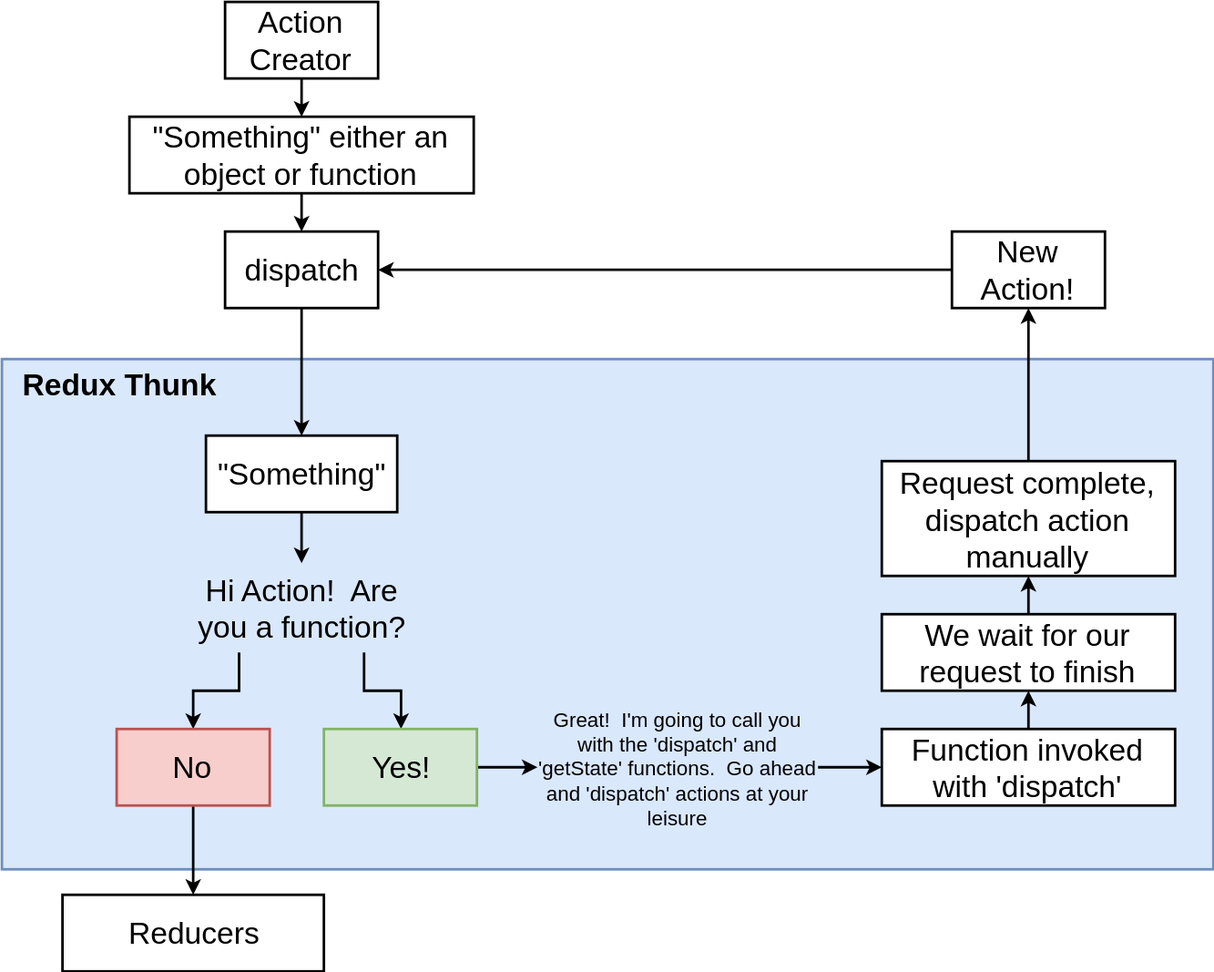
Earlier version of the draw.io export diagrams/redux-thunk-how-it-works.svg (serodriguez68/react-cheatsheet-udemy-2019). Source tidied: cells renumbered, new cells last; positions are measured from the earlier drawing's top-left corner, leaving out a move shared by most shapes. The source it was exported from:
```xml
<mxGraphModel>
  <root>
    <mxCell id="0" />
    <mxCell id="1" parent="0" />
    <mxCell id="2" style="rounded=0;whiteSpace=wrap;html=1;strokeWidth=2;fillColor=#dae8fc;fontSize=24;align=center;strokeColor=#6c8ebf;" parent="1" vertex="1">
      <mxGeometry y="280" width="950" height="400" as="geometry" />
    </mxCell>
    <mxCell id="3" style="edgeStyle=orthogonalEdgeStyle;rounded=0;html=1;exitX=0.5;exitY=1;jettySize=auto;strokeWidth=2;fontSize=24;" parent="1" edge="1" source="4" target="6">
      <mxGeometry relative="1" as="geometry" />
    </mxCell>
    <mxCell id="4" value="Action Creator" style="rounded=0;whiteSpace=wrap;html=1;strokeWidth=2;fillColor=#ffffff;fontSize=24;align=center;" parent="1" vertex="1">
      <mxGeometry x="175" width="120" height="60" as="geometry" />
    </mxCell>
    <mxCell id="5" style="edgeStyle=orthogonalEdgeStyle;rounded=0;html=1;exitX=0.5;exitY=1;jettySize=auto;strokeWidth=2;fontSize=24;" parent="1" edge="1" source="6" target="8">
      <mxGeometry relative="1" as="geometry" />
    </mxCell>
    <mxCell id="6" value="&quot;Something&quot; either an object or function" style="rounded=0;whiteSpace=wrap;html=1;strokeWidth=2;fillColor=#ffffff;fontSize=24;align=center;" parent="1" vertex="1">
      <mxGeometry x="100" y="90" width="270" height="60" as="geometry" />
    </mxCell>
    <mxCell id="7" style="edgeStyle=orthogonalEdgeStyle;rounded=0;html=1;exitX=0.5;exitY=1;jettySize=auto;strokeWidth=2;fontSize=24;" parent="1" edge="1" source="8" target="11">
      <mxGeometry relative="1" as="geometry" />
    </mxCell>
    <mxCell id="8" value="dispatch" style="rounded=0;whiteSpace=wrap;html=1;strokeWidth=2;fillColor=#ffffff;fontSize=24;align=center;" parent="1" vertex="1">
      <mxGeometry x="175" y="180" width="120" height="60" as="geometry" />
    </mxCell>
    <mxCell id="9" value="Redux Thunk" style="text;html=1;strokeColor=none;fillColor=none;align=center;verticalAlign=middle;whiteSpace=wrap;rounded=0;fontSize=24;fontStyle=1;" parent="1" vertex="1">
      <mxGeometry x="10" y="290" width="165" height="20" as="geometry" />
    </mxCell>
    <mxCell id="10" style="edgeStyle=orthogonalEdgeStyle;rounded=0;html=1;exitX=0.5;exitY=1;jettySize=auto;strokeWidth=2;fontSize=24;" parent="1" edge="1" source="11" target="14">
      <mxGeometry relative="1" as="geometry" />
    </mxCell>
    <mxCell id="11" value="&quot;Something&quot;" style="rounded=0;whiteSpace=wrap;html=1;strokeWidth=2;fillColor=#ffffff;fontSize=24;align=center;" parent="1" vertex="1">
      <mxGeometry x="160" y="340" width="150" height="60" as="geometry" />
    </mxCell>
    <mxCell id="12" style="edgeStyle=orthogonalEdgeStyle;rounded=0;html=1;exitX=0.25;exitY=1;jettySize=auto;strokeWidth=2;fontSize=24;" parent="1" edge="1" source="14" target="16">
      <mxGeometry relative="1" as="geometry" />
    </mxCell>
    <mxCell id="13" style="edgeStyle=orthogonalEdgeStyle;rounded=0;html=1;exitX=0.75;exitY=1;jettySize=auto;strokeWidth=2;fontSize=24;" parent="1" edge="1" source="14" target="19">
      <mxGeometry relative="1" as="geometry" />
    </mxCell>
    <mxCell id="14" value="Hi Action!&amp;nbsp; Are you a function?" style="text;html=1;strokeColor=none;fillColor=none;align=center;verticalAlign=middle;whiteSpace=wrap;rounded=0;fontSize=24;" parent="1" vertex="1">
      <mxGeometry x="137.5" y="440" width="195" height="70" as="geometry" />
    </mxCell>
    <mxCell id="15" style="edgeStyle=orthogonalEdgeStyle;rounded=0;html=1;exitX=0.5;exitY=1;jettySize=auto;strokeWidth=2;fontSize=24;" parent="1" edge="1" source="16" target="17">
      <mxGeometry relative="1" as="geometry" />
    </mxCell>
    <mxCell id="16" value="No" style="rounded=0;whiteSpace=wrap;html=1;strokeWidth=2;fillColor=#f8cecc;fontSize=24;align=center;strokeColor=#b85450;" parent="1" vertex="1">
      <mxGeometry x="90" y="570" width="120" height="60" as="geometry" />
    </mxCell>
    <mxCell id="17" value="Reducers" style="rounded=0;whiteSpace=wrap;html=1;strokeWidth=2;fillColor=#ffffff;fontSize=24;align=center;" parent="1" vertex="1">
      <mxGeometry x="47.5" y="700" width="205" height="60" as="geometry" />
    </mxCell>
    <mxCell id="18" style="edgeStyle=orthogonalEdgeStyle;rounded=0;html=1;exitX=1;exitY=0.5;entryX=0;entryY=0.5;jettySize=auto;strokeWidth=2;fontSize=16;" parent="1" edge="1" source="19" target="21">
      <mxGeometry relative="1" as="geometry" />
    </mxCell>
    <mxCell id="19" value="Yes!" style="rounded=0;whiteSpace=wrap;html=1;strokeWidth=2;fillColor=#d5e8d4;fontSize=24;align=center;strokeColor=#82b366;" parent="1" vertex="1">
      <mxGeometry x="252.5" y="570" width="120" height="60" as="geometry" />
    </mxCell>
    <mxCell id="20" style="edgeStyle=orthogonalEdgeStyle;rounded=0;html=1;exitX=1;exitY=0.5;entryX=0;entryY=0.5;jettySize=auto;strokeWidth=2;fontSize=16;" parent="1" edge="1" source="21" target="23">
      <mxGeometry relative="1" as="geometry" />
    </mxCell>
    <mxCell id="21" value="Great!&amp;nbsp; I'm going to call you with the 'dispatch' and 'getState' functions.&amp;nbsp; Go ahead and 'dispatch' actions at your leisure" style="text;html=1;strokeColor=none;fillColor=none;align=center;verticalAlign=middle;whiteSpace=wrap;rounded=0;fontSize=16;" parent="1" vertex="1">
      <mxGeometry x="420" y="532.5" width="220" height="135" as="geometry" />
    </mxCell>
    <mxCell id="22" style="edgeStyle=orthogonalEdgeStyle;rounded=0;html=1;exitX=0.5;exitY=0;jettySize=auto;strokeWidth=2;fontSize=16;" parent="1" edge="1" source="23" target="25">
      <mxGeometry relative="1" as="geometry" />
    </mxCell>
    <mxCell id="23" value="Function invoked with 'dispatch'" style="rounded=0;whiteSpace=wrap;html=1;strokeWidth=2;fillColor=#ffffff;fontSize=24;align=center;" parent="1" vertex="1">
      <mxGeometry x="690" y="570" width="230" height="60" as="geometry" />
    </mxCell>
    <mxCell id="24" style="edgeStyle=orthogonalEdgeStyle;rounded=0;html=1;exitX=0.5;exitY=0;jettySize=auto;strokeWidth=2;fontSize=16;" parent="1" edge="1" source="25" target="27">
      <mxGeometry relative="1" as="geometry" />
    </mxCell>
    <mxCell id="25" value="We wait for our request to finish" style="rounded=0;whiteSpace=wrap;html=1;strokeWidth=2;fillColor=#ffffff;fontSize=24;align=center;" parent="1" vertex="1">
      <mxGeometry x="690" y="480" width="230" height="60" as="geometry" />
    </mxCell>
    <mxCell id="26" style="edgeStyle=orthogonalEdgeStyle;rounded=0;html=1;exitX=0.5;exitY=0;jettySize=auto;strokeWidth=2;fontSize=16;" parent="1" edge="1" source="27" target="29">
      <mxGeometry relative="1" as="geometry" />
    </mxCell>
    <mxCell id="27" value="Request complete, dispatch action manually" style="rounded=0;whiteSpace=wrap;html=1;strokeWidth=2;fillColor=#ffffff;fontSize=24;align=center;" parent="1" vertex="1">
      <mxGeometry x="690" y="360" width="230" height="90" as="geometry" />
    </mxCell>
    <mxCell id="28" style="edgeStyle=orthogonalEdgeStyle;rounded=0;html=1;exitX=0;exitY=0.5;entryX=1;entryY=0.5;jettySize=auto;strokeWidth=2;fontSize=16;" parent="1" edge="1" source="29" target="8">
      <mxGeometry relative="1" as="geometry" />
    </mxCell>
    <mxCell id="29" value="New Action!" style="rounded=0;whiteSpace=wrap;html=1;strokeWidth=2;fillColor=#ffffff;fontSize=24;align=center;" parent="1" vertex="1">
      <mxGeometry x="745" y="180" width="120" height="60" as="geometry" />
    </mxCell>
  </root>
</mxGraphModel>
```
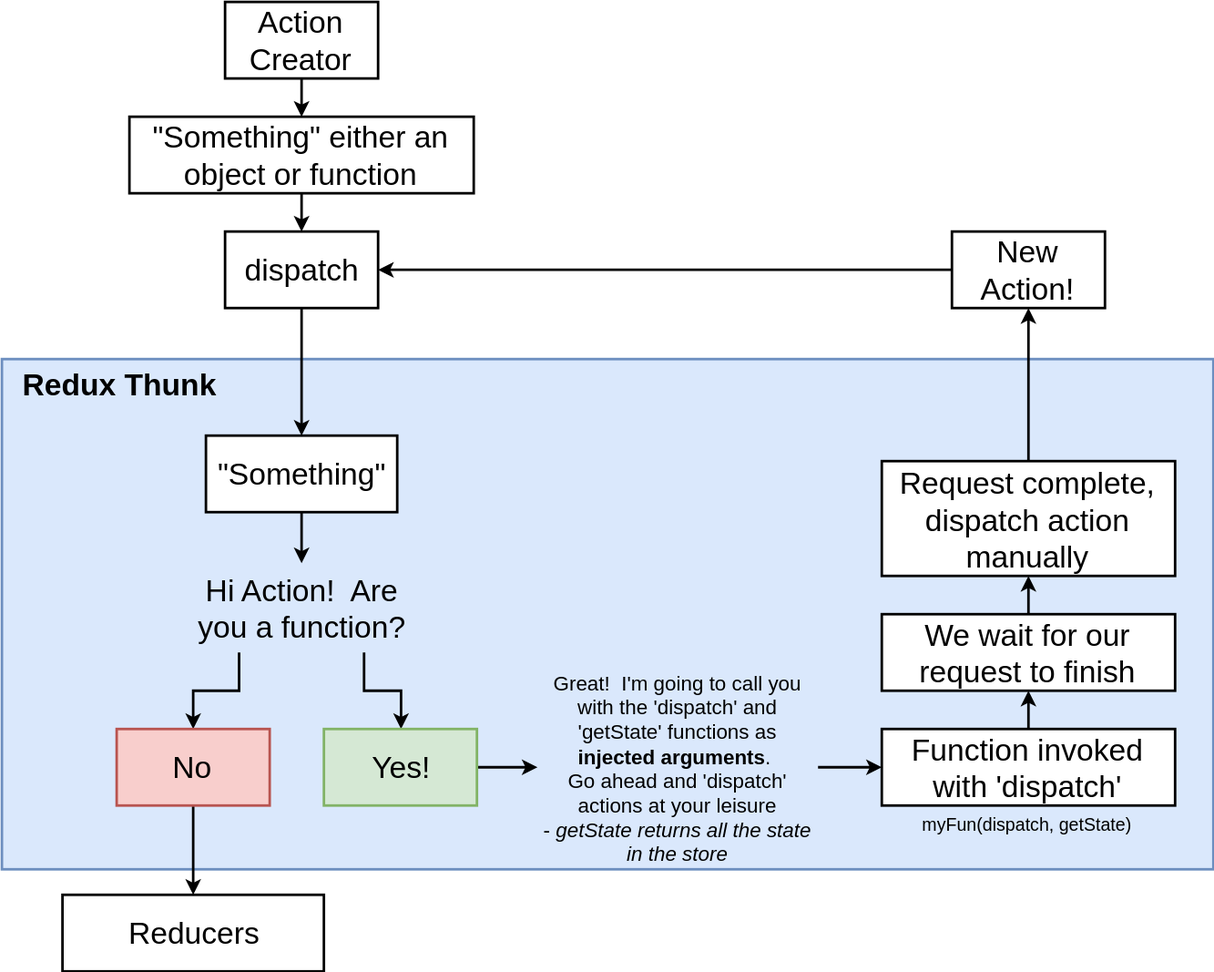
The same diagram one commit later.

What changed in the source:
```diff
@@ -59,7 +59,7 @@
     <mxCell id="20" style="edgeStyle=orthogonalEdgeStyle;rounded=0;html=1;exitX=1;exitY=0.5;entryX=0;entryY=0.5;jettySize=auto;strokeWidth=2;fontSize=16;" parent="1" edge="1" source="21" target="23">
       <mxGeometry relative="1" as="geometry" />
     </mxCell>
-    <mxCell id="21" value="Great!&amp;nbsp; I'm going to call you with the 'dispatch' and 'getState' functions.&amp;nbsp; Go ahead and 'dispatch' actions at your leisure" style="text;html=1;strokeColor=none;fillColor=none;align=center;verticalAlign=middle;whiteSpace=wrap;rounded=0;fontSize=16;" parent="1" vertex="1">
+    <mxCell id="21" value="Great!&amp;nbsp; I'm going to call you with the 'dispatch' and 'getState' functions as &lt;b&gt;injected&lt;/b&gt;&amp;nbsp;&lt;b&gt;arguments&lt;/b&gt;.&amp;nbsp; &lt;br&gt;Go ahead and 'dispatch' actions at your leisure&lt;br&gt;-&lt;i&gt; getState returns all the state in the store&lt;/i&gt;" style="text;html=1;strokeColor=none;fillColor=none;align=center;verticalAlign=middle;whiteSpace=wrap;rounded=0;fontSize=16;" parent="1" vertex="1">
       <mxGeometry x="420" y="532.5" width="220" height="135" as="geometry" />
     </mxCell>
     <mxCell id="22" style="edgeStyle=orthogonalEdgeStyle;rounded=0;html=1;exitX=0.5;exitY=0;jettySize=auto;strokeWidth=2;fontSize=16;" parent="1" edge="1" source="23" target="25">
@@ -86,5 +86,8 @@
     <mxCell id="29" value="New Action!" style="rounded=0;whiteSpace=wrap;html=1;strokeWidth=2;fillColor=#ffffff;fontSize=24;align=center;" parent="1" vertex="1">
       <mxGeometry x="745" y="180" width="120" height="60" as="geometry" />
     </mxCell>
+    <mxCell id="30" value="myFun(dispatch, getState)" style="text;html=1;fontSize=14;" parent="1" vertex="1">
+      <mxGeometry x="720" y="630" width="170" height="30" as="geometry" />
+    </mxCell>
   </root>
 </mxGraphModel>
```
